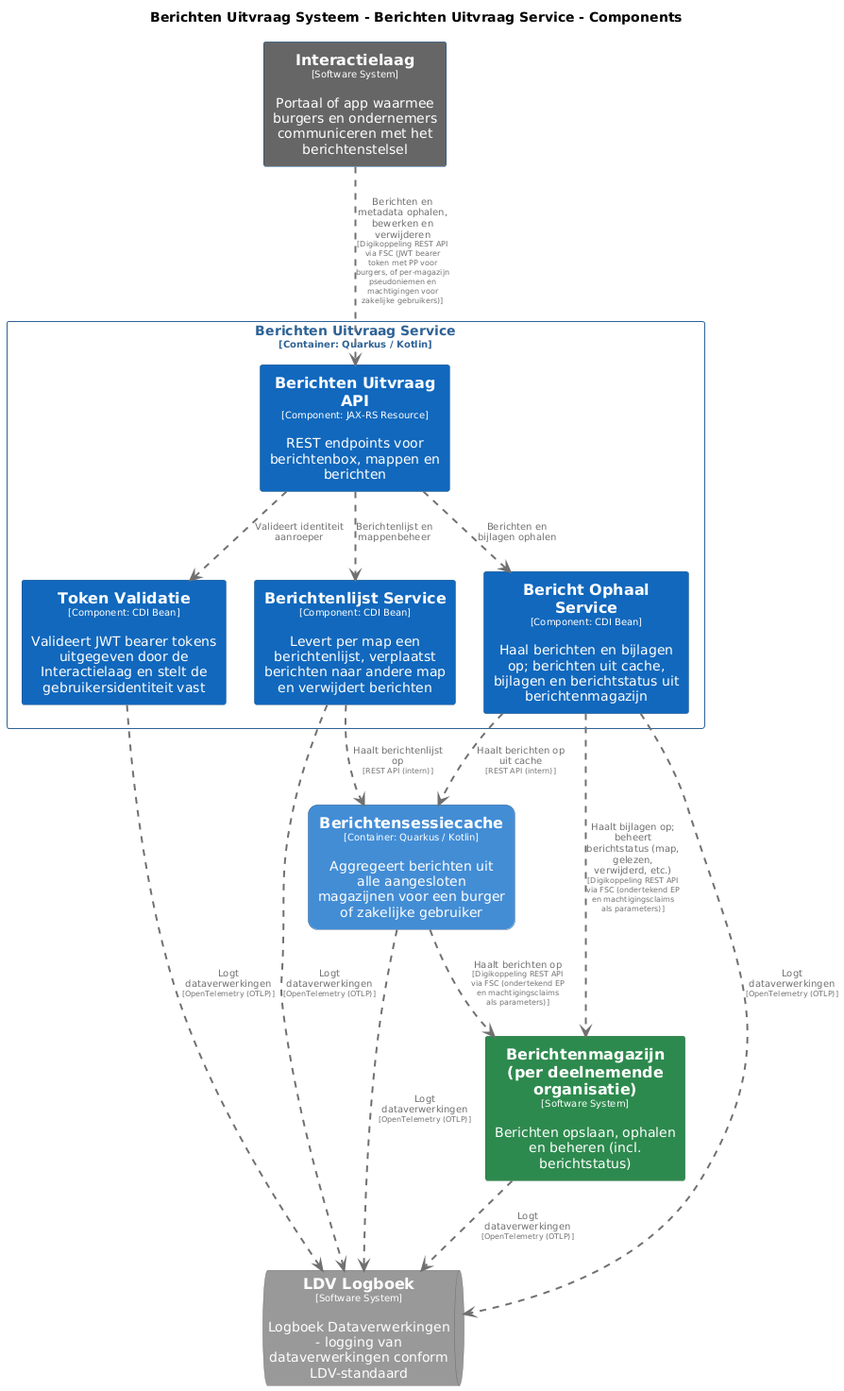
MinBZK/moza-poc-fbs-berichtenbox keeps this PlantUML diagram as pr-preview/pr-22/master/png/BerichtenUitvraagServiceComponenten.png. Above is the earlier version. The source it was exported from:
```plantuml
@startuml
set separator none
title Berichten Uitvraag Systeem - Berichten Uitvraag Service - Components

top to bottom direction
skinparam ranksep 60
skinparam nodesep 30

skinparam {
  arrowFontSize 10
  defaultTextAlignment center
  wrapWidth 200
  maxMessageSize 100
}

hide stereotype

skinparam rectangle<<BerichtenUitvraagSysteem.BerichtenUitvraagService.BerichtOphaalService>> {
  BackgroundColor #1168bd
  FontColor #ffffff
  BorderColor #0b4884
  shadowing false
}
skinparam rectangle<<BerichtenUitvraagSysteem.BerichtenUitvraagService.BerichtenUitvraagAPI>> {
  BackgroundColor #1168bd
  FontColor #ffffff
  BorderColor #0b4884
  shadowing false
}
skinparam rectangle<<BerichtenUitvraagSysteem.BerichtenUitvraagService.BerichtenlijstService>> {
  BackgroundColor #1168bd
  FontColor #ffffff
  BorderColor #0b4884
  shadowing false
}
skinparam rectangle<<Berichtenmagazijnperdeelnemendeorganisatie>> {
  BackgroundColor #2d8a4e
  FontColor #ffffff
  BorderColor #1e6b38
  shadowing false
}
skinparam rectangle<<BerichtenUitvraagSysteem.Berichtensessiecache>> {
  BackgroundColor #438dd5
  FontColor #ffffff
  BorderColor #2e6295
  roundCorner 20
  shadowing false
}
skinparam rectangle<<Interactielaag>> {
  BackgroundColor #666666
  FontColor #ffffff
  BorderColor #0b4884
  shadowing false
}
skinparam queue<<LDVLogboek>> {
  BackgroundColor #999999
  FontColor #ffffff
  BorderColor #6b6b6b
  shadowing false
}
skinparam rectangle<<BerichtenUitvraagSysteem.BerichtenUitvraagService.TokenValidatie>> {
  BackgroundColor #1168bd
  FontColor #ffffff
  BorderColor #0b4884
  shadowing false
}
skinparam rectangle<<BerichtenUitvraagSysteem.BerichtenUitvraagService>> {
  BorderColor #2e6295
  FontColor #2e6295
  shadowing false
}

rectangle "==Interactielaag\n<size:10>[Software System]</size>\n\nPortaal of app waarmee burgers en ondernemers communiceren met het berichtenstelsel" <<Interactielaag>> as Interactielaag
rectangle "==Berichtenmagazijn (per deelnemende organisatie)\n<size:10>[Software System]</size>\n\nBerichten opslaan, ophalen en beheren (incl. berichtstatus)" <<Berichtenmagazijnperdeelnemendeorganisatie>> as Berichtenmagazijnperdeelnemendeorganisatie
rectangle "==Berichtensessiecache\n<size:10>[Container: Quarkus / Kotlin]</size>\n\nAggregeert berichten uit alle aangesloten magazijnen voor een burger of zakelijke gebruiker" <<BerichtenUitvraagSysteem.Berichtensessiecache>> as BerichtenUitvraagSysteem.Berichtensessiecache
queue "==LDV Logboek\n<size:10>[Software System]</size>\n\nLogboek Dataverwerkingen - logging van dataverwerkingen conform LDV-standaard" <<LDVLogboek>> as LDVLogboek

rectangle "Berichten Uitvraag Service\n<size:10>[Container: Quarkus / Kotlin]</size>" <<BerichtenUitvraagSysteem.BerichtenUitvraagService>> {
  rectangle "==Berichten Uitvraag API\n<size:10>[Component: JAX-RS Resource]</size>\n\nREST endpoints voor berichtenbox, mappen en berichten" <<BerichtenUitvraagSysteem.BerichtenUitvraagService.BerichtenUitvraagAPI>> as BerichtenUitvraagSysteem.BerichtenUitvraagService.BerichtenUitvraagAPI
  rectangle "==Token Validatie\n<size:10>[Component: CDI Bean]</size>\n\nValideert JWT bearer tokens uitgegeven door de Interactielaag en stelt de gebruikersidentiteit vast" <<BerichtenUitvraagSysteem.BerichtenUitvraagService.TokenValidatie>> as BerichtenUitvraagSysteem.BerichtenUitvraagService.TokenValidatie
  rectangle "==Berichtenlijst Service\n<size:10>[Component: CDI Bean]</size>\n\nLevert per map een berichtenlijst, verplaatst berichten naar andere map en verwijdert berichten" <<BerichtenUitvraagSysteem.BerichtenUitvraagService.BerichtenlijstService>> as BerichtenUitvraagSysteem.BerichtenUitvraagService.BerichtenlijstService
  rectangle "==Bericht Ophaal Service\n<size:10>[Component: CDI Bean]</size>\n\nHaal berichten en bijlagen op; berichten uit cache, bijlagen en berichtstatus uit berichtenmagazijn" <<BerichtenUitvraagSysteem.BerichtenUitvraagService.BerichtOphaalService>> as BerichtenUitvraagSysteem.BerichtenUitvraagService.BerichtOphaalService
}

BerichtenUitvraagSysteem.Berichtensessiecache .[#707070,thickness=2].> Berichtenmagazijnperdeelnemendeorganisatie : "<color:#707070>Haalt berichten op\n<color:#707070><size:8>[Digikoppeling REST API via FSC (ondertekend EP en machtigingsclaims als parameters)]</size>"
Berichtenmagazijnperdeelnemendeorganisatie .[#707070,thickness=2].> LDVLogboek : "<color:#707070>Logt dataverwerkingen\n<color:#707070><size:8>[OpenTelemetry (OTLP)]</size>"
BerichtenUitvraagSysteem.Berichtensessiecache .[#707070,thickness=2].> LDVLogboek : "<color:#707070>Logt dataverwerkingen\n<color:#707070><size:8>[OpenTelemetry (OTLP)]</size>"
BerichtenUitvraagSysteem.BerichtenUitvraagService.TokenValidatie .[#707070,thickness=2].> LDVLogboek : "<color:#707070>Logt dataverwerkingen\n<color:#707070><size:8>[OpenTelemetry (OTLP)]</size>"
BerichtenUitvraagSysteem.BerichtenUitvraagService.BerichtenlijstService .[#707070,thickness=2].> LDVLogboek : "<color:#707070>Logt dataverwerkingen\n<color:#707070><size:8>[OpenTelemetry (OTLP)]</size>"
BerichtenUitvraagSysteem.BerichtenUitvraagService.BerichtOphaalService .[#707070,thickness=2].> LDVLogboek : "<color:#707070>Logt dataverwerkingen\n<color:#707070><size:8>[OpenTelemetry (OTLP)]</size>"
BerichtenUitvraagSysteem.BerichtenUitvraagService.BerichtenUitvraagAPI .[#707070,thickness=2].> BerichtenUitvraagSysteem.BerichtenUitvraagService.TokenValidatie : "<color:#707070>Valideert identiteit aanroeper"
BerichtenUitvraagSysteem.BerichtenUitvraagService.BerichtenUitvraagAPI .[#707070,thickness=2].> BerichtenUitvraagSysteem.BerichtenUitvraagService.BerichtenlijstService : "<color:#707070>Berichtenlijst en mappenbeheer"
BerichtenUitvraagSysteem.BerichtenUitvraagService.BerichtenUitvraagAPI .[#707070,thickness=2].> BerichtenUitvraagSysteem.BerichtenUitvraagService.BerichtOphaalService : "<color:#707070>Berichten en bijlagen ophalen"
BerichtenUitvraagSysteem.BerichtenUitvraagService.BerichtOphaalService .[#707070,thickness=2].> BerichtenUitvraagSysteem.Berichtensessiecache : "<color:#707070>Haalt berichten op uit cache\n<color:#707070><size:8>[REST API (intern)]</size>"
BerichtenUitvraagSysteem.BerichtenUitvraagService.BerichtenlijstService .[#707070,thickness=2].> BerichtenUitvraagSysteem.Berichtensessiecache : "<color:#707070>Haalt berichtenlijst op\n<color:#707070><size:8>[REST API (intern)]</size>"
Interactielaag .[#707070,thickness=2].> BerichtenUitvraagSysteem.BerichtenUitvraagService.BerichtenUitvraagAPI : "<color:#707070>Berichten en metadata ophalen, bewerken en verwijderen\n<color:#707070><size:8>[Digikoppeling REST API via FSC (JWT bearer token met PP voor burgers, of per-magazijn pseudoniemen en machtigingen voor zakelijke gebruikers)]</size>"
BerichtenUitvraagSysteem.BerichtenUitvraagService.BerichtOphaalService .[#707070,thickness=2].> Berichtenmagazijnperdeelnemendeorganisatie : "<color:#707070>Haalt bijlagen op; beheert berichtstatus (map, gelezen, verwijderd, etc.)\n<color:#707070><size:8>[Digikoppeling REST API via FSC (ondertekend EP en machtigingsclaims als parameters)]</size>"
@enduml
```
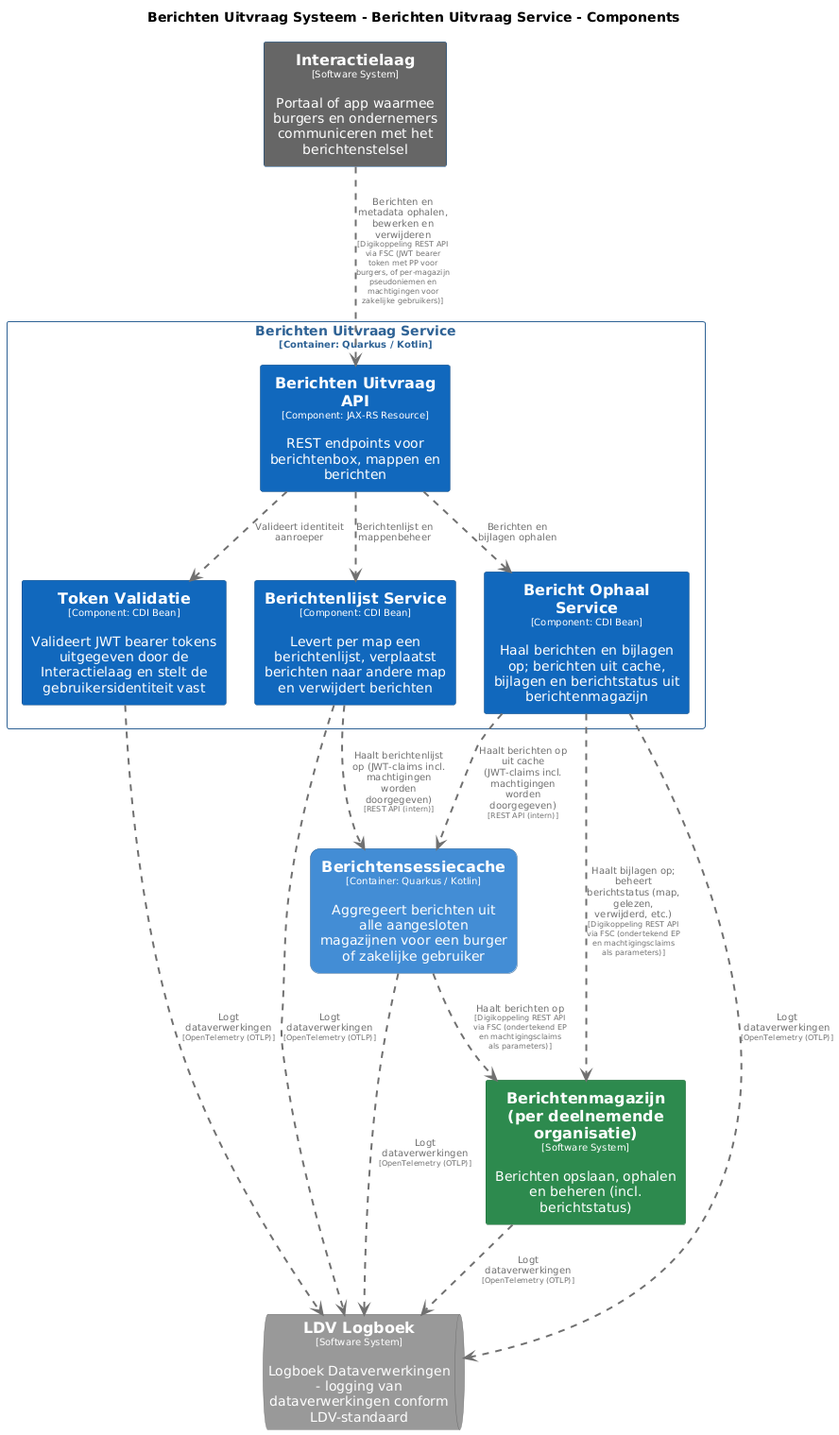
Above is the later version.

Change to the diagram source:
```diff
@@ -91,8 +91,8 @@
 BerichtenUitvraagSysteem.BerichtenUitvraagService.BerichtenUitvraagAPI .[#707070,thickness=2].> BerichtenUitvraagSysteem.BerichtenUitvraagService.TokenValidatie : "<color:#707070>Valideert identiteit aanroeper"
 BerichtenUitvraagSysteem.BerichtenUitvraagService.BerichtenUitvraagAPI .[#707070,thickness=2].> BerichtenUitvraagSysteem.BerichtenUitvraagService.BerichtenlijstService : "<color:#707070>Berichtenlijst en mappenbeheer"
 BerichtenUitvraagSysteem.BerichtenUitvraagService.BerichtenUitvraagAPI .[#707070,thickness=2].> BerichtenUitvraagSysteem.BerichtenUitvraagService.BerichtOphaalService : "<color:#707070>Berichten en bijlagen ophalen"
-BerichtenUitvraagSysteem.BerichtenUitvraagService.BerichtOphaalService .[#707070,thickness=2].> BerichtenUitvraagSysteem.Berichtensessiecache : "<color:#707070>Haalt berichten op uit cache\n<color:#707070><size:8>[REST API (intern)]</size>"
-BerichtenUitvraagSysteem.BerichtenUitvraagService.BerichtenlijstService .[#707070,thickness=2].> BerichtenUitvraagSysteem.Berichtensessiecache : "<color:#707070>Haalt berichtenlijst op\n<color:#707070><size:8>[REST API (intern)]</size>"
+BerichtenUitvraagSysteem.BerichtenUitvraagService.BerichtOphaalService .[#707070,thickness=2].> BerichtenUitvraagSysteem.Berichtensessiecache : "<color:#707070>Haalt berichten op uit cache (JWT-claims incl. machtigingen worden doorgegeven)\n<color:#707070><size:8>[REST API (intern)]</size>"
+BerichtenUitvraagSysteem.BerichtenUitvraagService.BerichtenlijstService .[#707070,thickness=2].> BerichtenUitvraagSysteem.Berichtensessiecache : "<color:#707070>Haalt berichtenlijst op (JWT-claims incl. machtigingen worden doorgegeven)\n<color:#707070><size:8>[REST API (intern)]</size>"
 Interactielaag .[#707070,thickness=2].> BerichtenUitvraagSysteem.BerichtenUitvraagService.BerichtenUitvraagAPI : "<color:#707070>Berichten en metadata ophalen, bewerken en verwijderen\n<color:#707070><size:8>[Digikoppeling REST API via FSC (JWT bearer token met PP voor burgers, of per-magazijn pseudoniemen en machtigingen voor zakelijke gebruikers)]</size>"
 BerichtenUitvraagSysteem.BerichtenUitvraagService.BerichtOphaalService .[#707070,thickness=2].> Berichtenmagazijnperdeelnemendeorganisatie : "<color:#707070>Haalt bijlagen op; beheert berichtstatus (map, gelezen, verwijderd, etc.)\n<color:#707070><size:8>[Digikoppeling REST API via FSC (ondertekend EP en machtigingsclaims als parameters)]</size>"
 @enduml
```
